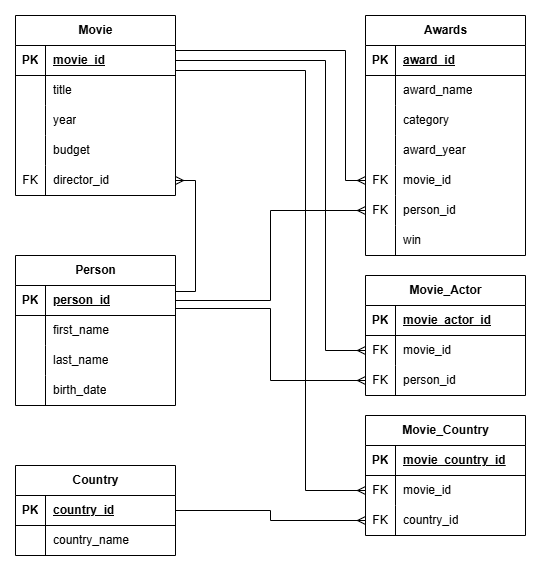
This is task_2/Фильмы2.drawio.png from yulini-g/databases, a draw.io export, as it was before one commit. Source tidied: cells renumbered, new cells last; positions are measured from the earlier drawing's top-left corner, leaving out a move shared by most shapes.
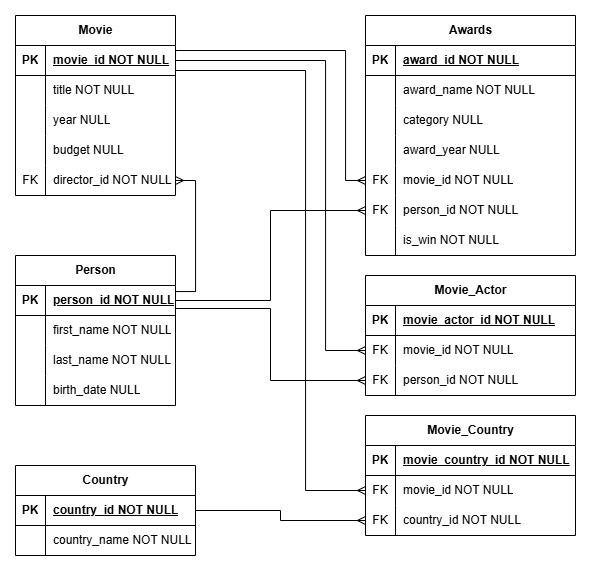
The same diagram one commit later.

Change to the diagram source:
```diff
@@ -13,3 +13,3 @@
     </mxCell>
-    <mxCell id="5" value="movie_id" style="shape=partialRectangle;fillColor=none;top=0;left=0;bottom=0;right=0;align=left;spacingLeft=6;fontStyle=5;overflow=hidden;whiteSpace=wrap;html=1;" parent="3" vertex="1">
+    <mxCell id="5" value="movie_id NOT NULL" style="shape=partialRectangle;fillColor=none;top=0;left=0;bottom=0;right=0;align=left;spacingLeft=6;fontStyle=5;overflow=hidden;whiteSpace=wrap;html=1;" parent="3" vertex="1">
       <mxGeometry x="30" width="130" height="30" as="geometry" />
@@ -22,3 +22,3 @@
     </mxCell>
-    <mxCell id="8" value="title" style="shape=partialRectangle;fillColor=none;top=0;left=0;bottom=0;right=0;align=left;spacingLeft=6;overflow=hidden;whiteSpace=wrap;html=1;" parent="6" vertex="1">
+    <mxCell id="8" value="title NOT NULL" style="shape=partialRectangle;fillColor=none;top=0;left=0;bottom=0;right=0;align=left;spacingLeft=6;overflow=hidden;whiteSpace=wrap;html=1;" parent="6" vertex="1">
       <mxGeometry x="30" width="130" height="30" as="geometry" />
@@ -31,3 +31,3 @@
     </mxCell>
-    <mxCell id="11" value="year" style="shape=partialRectangle;fillColor=none;top=0;left=0;bottom=0;right=0;align=left;spacingLeft=6;overflow=hidden;whiteSpace=wrap;html=1;" parent="9" vertex="1">
+    <mxCell id="11" value="year NULL" style="shape=partialRectangle;fillColor=none;top=0;left=0;bottom=0;right=0;align=left;spacingLeft=6;overflow=hidden;whiteSpace=wrap;html=1;" parent="9" vertex="1">
       <mxGeometry x="30" width="130" height="30" as="geometry" />
@@ -40,3 +40,3 @@
     </mxCell>
-    <mxCell id="14" value="budget" style="shape=partialRectangle;fillColor=none;top=0;left=0;bottom=0;right=0;align=left;spacingLeft=6;fontStyle=0;overflow=hidden;whiteSpace=wrap;html=1;" parent="12" vertex="1">
+    <mxCell id="14" value="budget NULL" style="shape=partialRectangle;fillColor=none;top=0;left=0;bottom=0;right=0;align=left;spacingLeft=6;fontStyle=0;overflow=hidden;whiteSpace=wrap;html=1;" parent="12" vertex="1">
       <mxGeometry x="30" width="130" height="30" as="geometry" />
@@ -49,3 +49,3 @@
     </mxCell>
-    <mxCell id="17" value="director_id" style="shape=partialRectangle;fillColor=none;top=0;left=0;bottom=0;right=0;align=left;spacingLeft=6;fontStyle=0;overflow=hidden;whiteSpace=wrap;html=1;" parent="15" vertex="1">
+    <mxCell id="17" value="director_id NOT NULL" style="shape=partialRectangle;fillColor=none;top=0;left=0;bottom=0;right=0;align=left;spacingLeft=6;fontStyle=0;overflow=hidden;whiteSpace=wrap;html=1;" parent="15" vertex="1">
       <mxGeometry x="30" width="130" height="30" as="geometry" />
@@ -61,3 +61,3 @@
     </mxCell>
-    <mxCell id="21" value="person_id" style="shape=partialRectangle;fillColor=none;top=0;left=0;bottom=0;right=0;align=left;spacingLeft=6;fontStyle=5;overflow=hidden;whiteSpace=wrap;html=1;" parent="19" vertex="1">
+    <mxCell id="21" value="person_id NOT NULL" style="shape=partialRectangle;fillColor=none;top=0;left=0;bottom=0;right=0;align=left;spacingLeft=6;fontStyle=5;overflow=hidden;whiteSpace=wrap;html=1;" parent="19" vertex="1">
       <mxGeometry x="30" width="130" height="30" as="geometry" />
@@ -70,3 +70,3 @@
     </mxCell>
-    <mxCell id="24" value="first_name" style="shape=partialRectangle;fillColor=none;top=0;left=0;bottom=0;right=0;align=left;spacingLeft=6;overflow=hidden;whiteSpace=wrap;html=1;" parent="22" vertex="1">
+    <mxCell id="24" value="first_name NOT NULL" style="shape=partialRectangle;fillColor=none;top=0;left=0;bottom=0;right=0;align=left;spacingLeft=6;overflow=hidden;whiteSpace=wrap;html=1;" parent="22" vertex="1">
       <mxGeometry x="30" width="130" height="30" as="geometry" />
@@ -79,3 +79,3 @@
     </mxCell>
-    <mxCell id="27" value="last_name" style="shape=partialRectangle;fillColor=none;top=0;left=0;bottom=0;right=0;align=left;spacingLeft=6;overflow=hidden;whiteSpace=wrap;html=1;" parent="25" vertex="1">
+    <mxCell id="27" value="last_name NOT NULL" style="shape=partialRectangle;fillColor=none;top=0;left=0;bottom=0;right=0;align=left;spacingLeft=6;overflow=hidden;whiteSpace=wrap;html=1;" parent="25" vertex="1">
       <mxGeometry x="30" width="130" height="30" as="geometry" />
@@ -88,3 +88,3 @@
     </mxCell>
-    <mxCell id="30" value="birth_date" style="shape=partialRectangle;fillColor=none;top=0;left=0;bottom=0;right=0;align=left;spacingLeft=6;fontStyle=0;overflow=hidden;whiteSpace=wrap;html=1;" parent="28" vertex="1">
+    <mxCell id="30" value="birth_date NULL" style="shape=partialRectangle;fillColor=none;top=0;left=0;bottom=0;right=0;align=left;spacingLeft=6;fontStyle=0;overflow=hidden;whiteSpace=wrap;html=1;" parent="28" vertex="1">
       <mxGeometry x="30" width="130" height="30" as="geometry" />
@@ -92,6 +92,6 @@
     <mxCell id="31" value="Awards" style="shape=table;startSize=30;rowLines=0;fontStyle=1;align=center;html=1;" parent="1" vertex="1">
-      <mxGeometry x="350" width="160" height="240" as="geometry" />
+      <mxGeometry x="350" width="210" height="240" as="geometry" />
     </mxCell>
     <mxCell id="32" style="shape=tableRow;horizontal=0;startSize=0;swimlaneHead=0;swimlaneBody=0;fillColor=none;top=0;left=0;right=0;bottom=1;" parent="31" vertex="1">
-      <mxGeometry y="30" width="160" height="30" as="geometry" />
+      <mxGeometry y="30" width="210" height="30" as="geometry" />
     </mxCell>
@@ -100,7 +100,7 @@
     </mxCell>
-    <mxCell id="34" value="award_id" style="shape=partialRectangle;fillColor=none;top=0;left=0;bottom=0;right=0;align=left;spacingLeft=6;fontStyle=5;overflow=hidden;whiteSpace=wrap;html=1;" parent="32" vertex="1">
-      <mxGeometry x="30" width="130" height="30" as="geometry" />
+    <mxCell id="34" value="award_id NOT NULL" style="shape=partialRectangle;fillColor=none;top=0;left=0;bottom=0;right=0;align=left;spacingLeft=6;fontStyle=5;overflow=hidden;whiteSpace=wrap;html=1;" parent="32" vertex="1">
+      <mxGeometry x="30" width="180" height="30" as="geometry" />
     </mxCell>
     <mxCell id="35" style="shape=tableRow;horizontal=0;startSize=0;swimlaneHead=0;swimlaneBody=0;fillColor=none;top=0;left=0;right=0;bottom=0;" parent="31" vertex="1">
-      <mxGeometry y="60" width="160" height="30" as="geometry" />
+      <mxGeometry y="60" width="210" height="30" as="geometry" />
     </mxCell>
@@ -109,7 +109,7 @@
     </mxCell>
-    <mxCell id="37" value="award_name" style="shape=partialRectangle;fillColor=none;top=0;left=0;bottom=0;right=0;align=left;spacingLeft=6;overflow=hidden;whiteSpace=wrap;html=1;" parent="35" vertex="1">
-      <mxGeometry x="30" width="130" height="30" as="geometry" />
+    <mxCell id="37" value="award_name NOT NULL" style="shape=partialRectangle;fillColor=none;top=0;left=0;bottom=0;right=0;align=left;spacingLeft=6;overflow=hidden;whiteSpace=wrap;html=1;" parent="35" vertex="1">
+      <mxGeometry x="30" width="180" height="30" as="geometry" />
     </mxCell>
     <mxCell id="38" style="shape=tableRow;horizontal=0;startSize=0;swimlaneHead=0;swimlaneBody=0;fillColor=none;top=0;left=0;right=0;bottom=0;" parent="31" vertex="1">
-      <mxGeometry y="90" width="160" height="30" as="geometry" />
+      <mxGeometry y="90" width="210" height="30" as="geometry" />
     </mxCell>
@@ -118,7 +118,7 @@
     </mxCell>
-    <mxCell id="40" value="category" style="shape=partialRectangle;fillColor=none;top=0;left=0;bottom=0;right=0;align=left;spacingLeft=6;overflow=hidden;whiteSpace=wrap;html=1;" parent="38" vertex="1">
-      <mxGeometry x="30" width="130" height="30" as="geometry" />
+    <mxCell id="40" value="category NULL" style="shape=partialRectangle;fillColor=none;top=0;left=0;bottom=0;right=0;align=left;spacingLeft=6;overflow=hidden;whiteSpace=wrap;html=1;" parent="38" vertex="1">
+      <mxGeometry x="30" width="180" height="30" as="geometry" />
     </mxCell>
     <mxCell id="41" style="shape=tableRow;horizontal=0;startSize=0;swimlaneHead=0;swimlaneBody=0;fillColor=none;top=0;left=0;right=0;bottom=0;" parent="31" vertex="1">
-      <mxGeometry y="120" width="160" height="30" as="geometry" />
+      <mxGeometry y="120" width="210" height="30" as="geometry" />
     </mxCell>
@@ -127,7 +127,7 @@
     </mxCell>
-    <mxCell id="43" value="award_year" style="shape=partialRectangle;fillColor=none;top=0;left=0;bottom=0;right=0;align=left;spacingLeft=6;fontStyle=0;overflow=hidden;whiteSpace=wrap;html=1;" parent="41" vertex="1">
-      <mxGeometry x="30" width="130" height="30" as="geometry" />
+    <mxCell id="43" value="award_year NULL" style="shape=partialRectangle;fillColor=none;top=0;left=0;bottom=0;right=0;align=left;spacingLeft=6;fontStyle=0;overflow=hidden;whiteSpace=wrap;html=1;" parent="41" vertex="1">
+      <mxGeometry x="30" width="180" height="30" as="geometry" />
     </mxCell>
     <mxCell id="44" style="shape=tableRow;horizontal=0;startSize=0;swimlaneHead=0;swimlaneBody=0;fillColor=none;points=[[0,0.5],[1,0.5]];portConstraint=eastwest;top=0;left=0;right=0;bottom=0;" parent="31" vertex="1">
-      <mxGeometry y="150" width="160" height="30" as="geometry" />
+      <mxGeometry y="150" width="210" height="30" as="geometry" />
     </mxCell>
@@ -136,7 +136,7 @@
     </mxCell>
-    <mxCell id="46" value="movie_id" style="shape=partialRectangle;fillColor=none;top=0;left=0;bottom=0;right=0;align=left;spacingLeft=6;fontStyle=0;overflow=hidden;whiteSpace=wrap;html=1;" parent="44" vertex="1">
-      <mxGeometry x="30" width="130" height="30" as="geometry" />
+    <mxCell id="46" value="movie_id NOT NULL" style="shape=partialRectangle;fillColor=none;top=0;left=0;bottom=0;right=0;align=left;spacingLeft=6;fontStyle=0;overflow=hidden;whiteSpace=wrap;html=1;" parent="44" vertex="1">
+      <mxGeometry x="30" width="180" height="30" as="geometry" />
     </mxCell>
     <mxCell id="47" style="shape=tableRow;horizontal=0;startSize=0;swimlaneHead=0;swimlaneBody=0;fillColor=none;points=[[0,0.5],[1,0.5]];portConstraint=eastwest;top=0;left=0;right=0;bottom=0;" parent="31" vertex="1">
-      <mxGeometry y="180" width="160" height="30" as="geometry" />
+      <mxGeometry y="180" width="210" height="30" as="geometry" />
     </mxCell>
@@ -145,7 +145,7 @@
     </mxCell>
-    <mxCell id="49" value="person_id" style="shape=partialRectangle;fillColor=none;top=0;left=0;bottom=0;right=0;align=left;spacingLeft=6;fontStyle=0;overflow=hidden;whiteSpace=wrap;html=1;" parent="47" vertex="1">
-      <mxGeometry x="30" width="130" height="30" as="geometry" />
+    <mxCell id="49" value="person_id NOT NULL" style="shape=partialRectangle;fillColor=none;top=0;left=0;bottom=0;right=0;align=left;spacingLeft=6;fontStyle=0;overflow=hidden;whiteSpace=wrap;html=1;" parent="47" vertex="1">
+      <mxGeometry x="30" width="180" height="30" as="geometry" />
     </mxCell>
     <mxCell id="50" style="shape=tableRow;horizontal=0;startSize=0;swimlaneHead=0;swimlaneBody=0;fillColor=none;top=0;left=0;right=0;bottom=0;" parent="31" vertex="1">
-      <mxGeometry y="210" width="160" height="30" as="geometry" />
+      <mxGeometry y="210" width="210" height="30" as="geometry" />
     </mxCell>
@@ -154,10 +154,10 @@
     </mxCell>
-    <mxCell id="52" value="win" style="shape=partialRectangle;fillColor=none;top=0;left=0;bottom=0;right=0;align=left;spacingLeft=6;fontStyle=0;overflow=hidden;whiteSpace=wrap;html=1;" parent="50" vertex="1">
-      <mxGeometry x="30" width="130" height="30" as="geometry" />
+    <mxCell id="52" value="is_win NOT NULL" style="shape=partialRectangle;fillColor=none;top=0;left=0;bottom=0;right=0;align=left;spacingLeft=6;fontStyle=0;overflow=hidden;whiteSpace=wrap;html=1;" parent="50" vertex="1">
+      <mxGeometry x="30" width="180" height="30" as="geometry" />
     </mxCell>
     <mxCell id="53" value="Country" style="shape=table;startSize=30;rowLines=0;fontStyle=1;align=center;html=1;" parent="1" vertex="1">
-      <mxGeometry y="450" width="160" height="90" as="geometry" />
+      <mxGeometry y="450" width="180" height="90" as="geometry" />
     </mxCell>
     <mxCell id="54" style="shape=tableRow;horizontal=0;startSize=0;swimlaneHead=0;swimlaneBody=0;fillColor=none;top=0;left=0;right=0;bottom=1;" parent="53" vertex="1">
-      <mxGeometry y="30" width="160" height="30" as="geometry" />
+      <mxGeometry y="30" width="180" height="30" as="geometry" />
     </mxCell>
@@ -166,7 +166,7 @@
     </mxCell>
-    <mxCell id="56" value="country_id" style="shape=partialRectangle;fillColor=none;top=0;left=0;bottom=0;right=0;align=left;spacingLeft=6;fontStyle=5;overflow=hidden;whiteSpace=wrap;html=1;" parent="54" vertex="1">
-      <mxGeometry x="30" width="130" height="30" as="geometry" />
+    <mxCell id="56" value="country_id NOT NULL" style="shape=partialRectangle;fillColor=none;top=0;left=0;bottom=0;right=0;align=left;spacingLeft=6;fontStyle=5;overflow=hidden;whiteSpace=wrap;html=1;" parent="54" vertex="1">
+      <mxGeometry x="30" width="150" height="30" as="geometry" />
     </mxCell>
     <mxCell id="57" style="shape=tableRow;horizontal=0;startSize=0;swimlaneHead=0;swimlaneBody=0;fillColor=none;top=0;left=0;right=0;bottom=0;" parent="53" vertex="1">
-      <mxGeometry y="60" width="160" height="30" as="geometry" />
+      <mxGeometry y="60" width="180" height="30" as="geometry" />
     </mxCell>
@@ -175,10 +175,10 @@
     </mxCell>
-    <mxCell id="59" value="&lt;div&gt;country_name&lt;/div&gt;" style="shape=partialRectangle;fillColor=none;top=0;left=0;bottom=0;right=0;align=left;spacingLeft=6;overflow=hidden;whiteSpace=wrap;html=1;" parent="57" vertex="1">
-      <mxGeometry x="30" width="130" height="30" as="geometry" />
+    <mxCell id="59" value="&lt;div&gt;country_name NOT NULL&lt;/div&gt;" style="shape=partialRectangle;fillColor=none;top=0;left=0;bottom=0;right=0;align=left;spacingLeft=6;overflow=hidden;whiteSpace=wrap;html=1;" parent="57" vertex="1">
+      <mxGeometry x="30" width="150" height="30" as="geometry" />
     </mxCell>
     <mxCell id="60" value="Movie_Actor" style="shape=table;startSize=30;rowLines=0;fontStyle=1;align=center;html=1;" parent="1" vertex="1">
-      <mxGeometry x="350" y="260" width="160" height="120" as="geometry" />
+      <mxGeometry x="350" y="260" width="210" height="120" as="geometry" />
     </mxCell>
     <mxCell id="61" style="shape=tableRow;horizontal=0;startSize=0;swimlaneHead=0;swimlaneBody=0;fillColor=none;top=0;left=0;right=0;bottom=1;" parent="60" vertex="1">
-      <mxGeometry y="30" width="160" height="30" as="geometry" />
+      <mxGeometry y="30" width="210" height="30" as="geometry" />
     </mxCell>
@@ -187,7 +187,7 @@
     </mxCell>
-    <mxCell id="63" value="&lt;div&gt;movie_actor_id&lt;/div&gt;" style="shape=partialRectangle;fillColor=none;top=0;left=0;bottom=0;right=0;align=left;spacingLeft=6;fontStyle=5;overflow=hidden;whiteSpace=wrap;html=1;" parent="61" vertex="1">
-      <mxGeometry x="30" width="130" height="30" as="geometry" />
+    <mxCell id="63" value="&lt;div&gt;movie_actor_id NOT NULL&lt;/div&gt;" style="shape=partialRectangle;fillColor=none;top=0;left=0;bottom=0;right=0;align=left;spacingLeft=6;fontStyle=5;overflow=hidden;whiteSpace=wrap;html=1;" parent="61" vertex="1">
+      <mxGeometry x="30" width="180" height="30" as="geometry" />
     </mxCell>
     <mxCell id="64" style="shape=tableRow;horizontal=0;startSize=0;swimlaneHead=0;swimlaneBody=0;fillColor=none;points=[[0,0.5],[1,0.5]];portConstraint=eastwest;top=0;left=0;right=0;bottom=0;" parent="60" vertex="1">
-      <mxGeometry y="60" width="160" height="30" as="geometry" />
+      <mxGeometry y="60" width="210" height="30" as="geometry" />
     </mxCell>
@@ -196,7 +196,7 @@
     </mxCell>
-    <mxCell id="66" value="movie_id" style="shape=partialRectangle;fillColor=none;top=0;left=0;bottom=0;right=0;align=left;spacingLeft=6;overflow=hidden;whiteSpace=wrap;html=1;" parent="64" vertex="1">
-      <mxGeometry x="30" width="130" height="30" as="geometry" />
+    <mxCell id="66" value="movie_id NOT NULL" style="shape=partialRectangle;fillColor=none;top=0;left=0;bottom=0;right=0;align=left;spacingLeft=6;overflow=hidden;whiteSpace=wrap;html=1;" parent="64" vertex="1">
+      <mxGeometry x="30" width="180" height="30" as="geometry" />
     </mxCell>
     <mxCell id="67" style="shape=tableRow;horizontal=0;startSize=0;swimlaneHead=0;swimlaneBody=0;fillColor=none;points=[[0,0.5],[1,0.5]];portConstraint=eastwest;top=0;left=0;right=0;bottom=0;" parent="60" vertex="1">
-      <mxGeometry y="90" width="160" height="30" as="geometry" />
+      <mxGeometry y="90" width="210" height="30" as="geometry" />
     </mxCell>
@@ -205,10 +205,10 @@
     </mxCell>
-    <mxCell id="69" value="person_id" style="shape=partialRectangle;fillColor=none;top=0;left=0;bottom=0;right=0;align=left;spacingLeft=6;overflow=hidden;whiteSpace=wrap;html=1;" parent="67" vertex="1">
-      <mxGeometry x="30" width="130" height="30" as="geometry" />
+    <mxCell id="69" value="person_id NOT NULL" style="shape=partialRectangle;fillColor=none;top=0;left=0;bottom=0;right=0;align=left;spacingLeft=6;overflow=hidden;whiteSpace=wrap;html=1;" parent="67" vertex="1">
+      <mxGeometry x="30" width="180" height="30" as="geometry" />
     </mxCell>
     <mxCell id="70" value="Movie_Country" style="shape=table;startSize=30;rowLines=0;fontStyle=1;align=center;html=1;" parent="1" vertex="1">
-      <mxGeometry x="350" y="400" width="160" height="120" as="geometry" />
+      <mxGeometry x="350" y="400" width="210" height="120" as="geometry" />
     </mxCell>
     <mxCell id="71" style="shape=tableRow;horizontal=0;startSize=0;swimlaneHead=0;swimlaneBody=0;fillColor=none;top=0;left=0;right=0;bottom=1;" parent="70" vertex="1">
-      <mxGeometry y="30" width="160" height="30" as="geometry" />
+      <mxGeometry y="30" width="210" height="30" as="geometry" />
     </mxCell>
@@ -217,7 +217,7 @@
     </mxCell>
-    <mxCell id="73" value="movie_country_id" style="shape=partialRectangle;fillColor=none;top=0;left=0;bottom=0;right=0;align=left;spacingLeft=6;fontStyle=5;overflow=hidden;whiteSpace=wrap;html=1;" parent="71" vertex="1">
-      <mxGeometry x="30" width="130" height="30" as="geometry" />
+    <mxCell id="73" value="movie_country_id NOT NULL" style="shape=partialRectangle;fillColor=none;top=0;left=0;bottom=0;right=0;align=left;spacingLeft=6;fontStyle=5;overflow=hidden;whiteSpace=wrap;html=1;" parent="71" vertex="1">
+      <mxGeometry x="30" width="180" height="30" as="geometry" />
     </mxCell>
     <mxCell id="74" style="shape=tableRow;horizontal=0;startSize=0;swimlaneHead=0;swimlaneBody=0;fillColor=none;points=[[0,0.5],[1,0.5]];portConstraint=eastwest;top=0;left=0;right=0;bottom=0;" parent="70" vertex="1">
-      <mxGeometry y="60" width="160" height="30" as="geometry" />
+      <mxGeometry y="60" width="210" height="30" as="geometry" />
     </mxCell>
@@ -226,7 +226,7 @@
     </mxCell>
-    <mxCell id="76" value="movie_id" style="shape=partialRectangle;fillColor=none;top=0;left=0;bottom=0;right=0;align=left;spacingLeft=6;overflow=hidden;whiteSpace=wrap;html=1;" parent="74" vertex="1">
-      <mxGeometry x="30" width="130" height="30" as="geometry" />
+    <mxCell id="76" value="movie_id NOT NULL" style="shape=partialRectangle;fillColor=none;top=0;left=0;bottom=0;right=0;align=left;spacingLeft=6;overflow=hidden;whiteSpace=wrap;html=1;" parent="74" vertex="1">
+      <mxGeometry x="30" width="180" height="30" as="geometry" />
     </mxCell>
     <mxCell id="77" style="shape=tableRow;horizontal=0;startSize=0;swimlaneHead=0;swimlaneBody=0;fillColor=none;points=[[0,0.5],[1,0.5]];portConstraint=eastwest;top=0;left=0;right=0;bottom=0;" parent="70" vertex="1">
-      <mxGeometry y="90" width="160" height="30" as="geometry" />
+      <mxGeometry y="90" width="210" height="30" as="geometry" />
     </mxCell>
@@ -235,4 +235,4 @@
     </mxCell>
-    <mxCell id="79" value="country_id" style="shape=partialRectangle;fillColor=none;top=0;left=0;bottom=0;right=0;align=left;spacingLeft=6;overflow=hidden;whiteSpace=wrap;html=1;" parent="77" vertex="1">
-      <mxGeometry x="30" width="130" height="30" as="geometry" />
+    <mxCell id="79" value="country_id NOT NULL" style="shape=partialRectangle;fillColor=none;top=0;left=0;bottom=0;right=0;align=left;spacingLeft=6;overflow=hidden;whiteSpace=wrap;html=1;" parent="77" vertex="1">
+      <mxGeometry x="30" width="180" height="30" as="geometry" />
     </mxCell>
```
